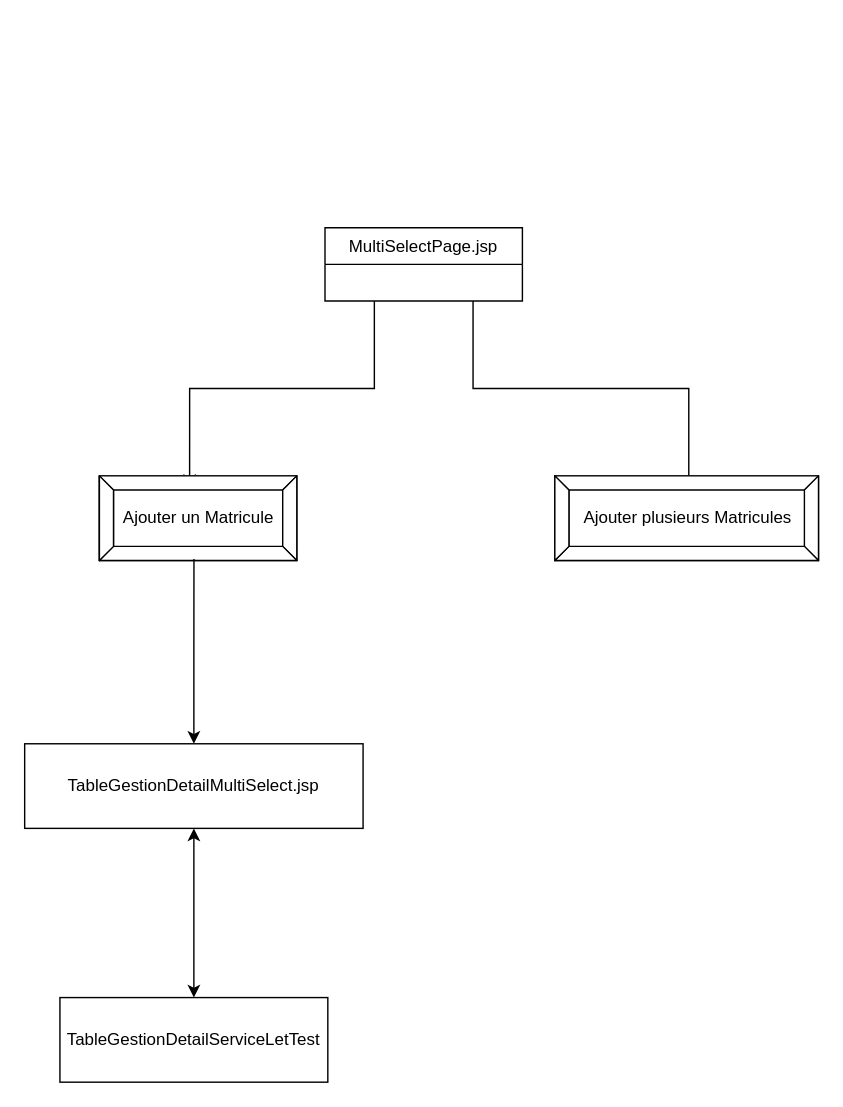
Before: multiselect structure.drawio in edoreld/bulletin, a draw.io diagram. Source tidied: cells renumbered, new cells numbered last; positions are measured from the earlier drawing's top-left corner, leaving out a move shared by most shapes. Both pictures are drawn from the tidied source at 141%, with x=0, y=0 at pixel (24, 227).
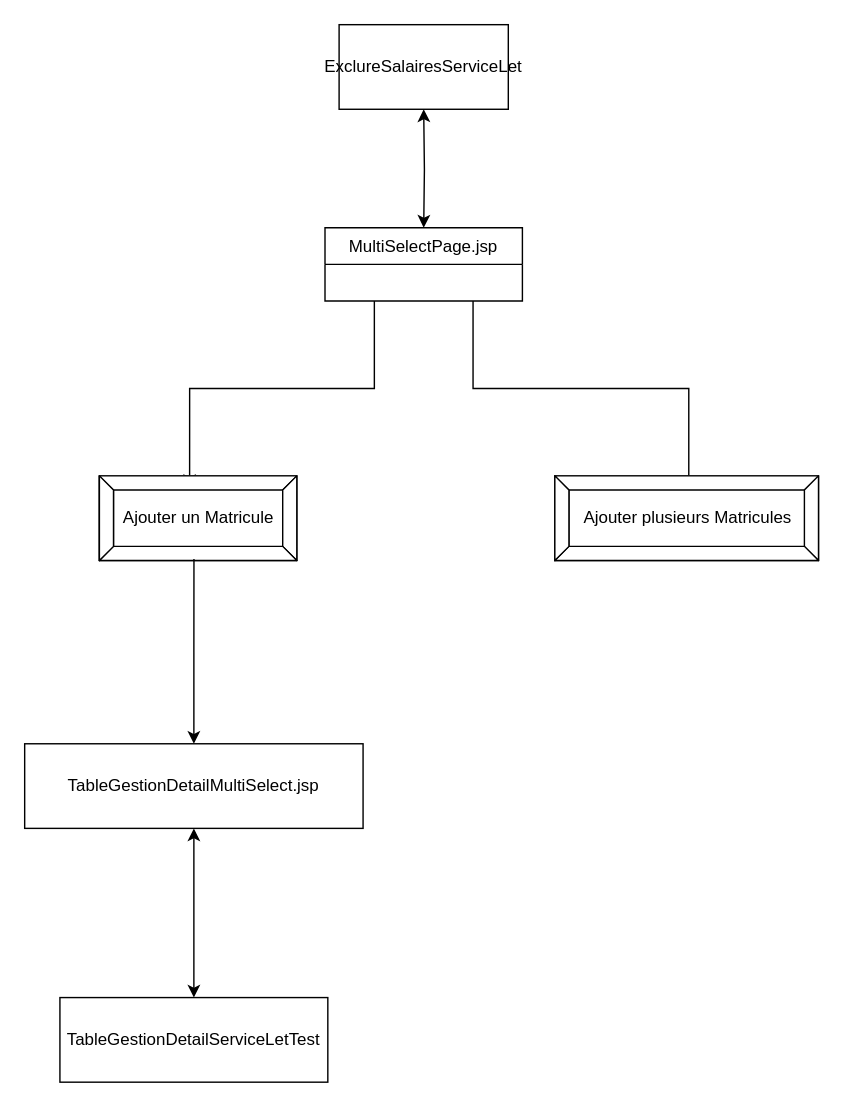
After the change.

What changed in the source:
```diff
@@
 <mxGraphModel>
   <root>
     <mxCell id="0" />
     <mxCell id="1" parent="0" />
     <mxCell id="2" style="edgeStyle=orthogonalEdgeStyle;rounded=0;jettySize=auto;html=1;exitX=0.25;exitY=1;exitDx=0;exitDy=0;entryX=0.457;entryY=0.133;entryDx=0;entryDy=0;entryPerimeter=0;" parent="1" edge="1" source="4" target="5">
       <mxGeometry relative="1" as="geometry" />
     </mxCell>
     <mxCell id="3" style="edgeStyle=orthogonalEdgeStyle;rounded=0;jettySize=auto;html=1;exitX=0.75;exitY=1;exitDx=0;exitDy=0;entryX=0.508;entryY=0.183;entryDx=0;entryDy=0;entryPerimeter=0;" parent="1" edge="1" source="4" target="6">
       <mxGeometry relative="1" as="geometry" />
     </mxCell>
     <mxCell id="4" value="MultiSelectPage.jsp" style="swimlane;fontStyle=0;horizontal=1;startSize=26;fillColor=none;" parent="1" vertex="1">
       <mxGeometry x="213" width="140" height="52" as="geometry" />
     </mxCell>
     <mxCell id="5" value="Ajouter un Matricule" style="labelPosition=center;verticalLabelPosition=middle;align=center;html=1;shape=mxgraph.basic.button;dx=10;" parent="1" vertex="1">
       <mxGeometry x="53" y="176" width="140" height="60" as="geometry" />
     </mxCell>
     <mxCell id="6" value="Ajouter plusieurs Matricules" style="labelPosition=center;verticalLabelPosition=middle;align=center;html=1;shape=mxgraph.basic.button;dx=10;" parent="1" vertex="1">
       <mxGeometry x="376" y="176" width="187" height="60" as="geometry" />
     </mxCell>
     <mxCell id="7" style="edgeStyle=orthogonalEdgeStyle;rounded=0;jettySize=auto;html=1;exitX=0.5;exitY=0;exitDx=0;exitDy=0;entryX=0.479;entryY=0.983;entryDx=0;entryDy=0;entryPerimeter=0;endArrow=none;endFill=0;startArrow=classic;startFill=1;" parent="1" edge="1" source="9" target="5">
       <mxGeometry relative="1" as="geometry" />
     </mxCell>
     <mxCell id="8" style="edgeStyle=orthogonalEdgeStyle;rounded=0;jettySize=auto;html=1;exitX=0.5;exitY=1;exitDx=0;exitDy=0;entryX=0.5;entryY=0;entryDx=0;entryDy=0;startArrow=classic;startFill=1;endArrow=classic;endFill=1;" parent="1" edge="1" source="9" target="10">
       <mxGeometry relative="1" as="geometry" />
     </mxCell>
     <mxCell id="9" value="TableGestionDetailMultiSelect.jsp&lt;br&gt;" style="rounded=0;whiteSpace=wrap;html=1;" parent="1" vertex="1">
       <mxGeometry y="366" width="240" height="60" as="geometry" />
     </mxCell>
     <mxCell id="10" value="TableGestionDetailServiceLetTest" style="rounded=0;whiteSpace=wrap;html=1;" parent="1" vertex="1">
       <mxGeometry x="25" y="546" width="190" height="60" as="geometry" />
     </mxCell>
+    <mxCell id="11" style="edgeStyle=orthogonalEdgeStyle;rounded=0;jettySize=auto;html=1;exitX=0.5;exitY=1;exitDx=0;exitDy=0;startArrow=classic;startFill=1;endArrow=classic;endFill=1;" parent="1" edge="1" target="4">
+      <mxGeometry relative="1" as="geometry">
+        <mxPoint x="283" y="-84" as="sourcePoint" />
+      </mxGeometry>
+    </mxCell>
+    <mxCell id="12" value="ExclureSalairesServiceLet" style="rounded=0;whiteSpace=wrap;html=1;" parent="1" vertex="1">
+      <mxGeometry x="223" y="-144" width="120" height="60" as="geometry" />
+    </mxCell>
   </root>
 </mxGraphModel>
```
